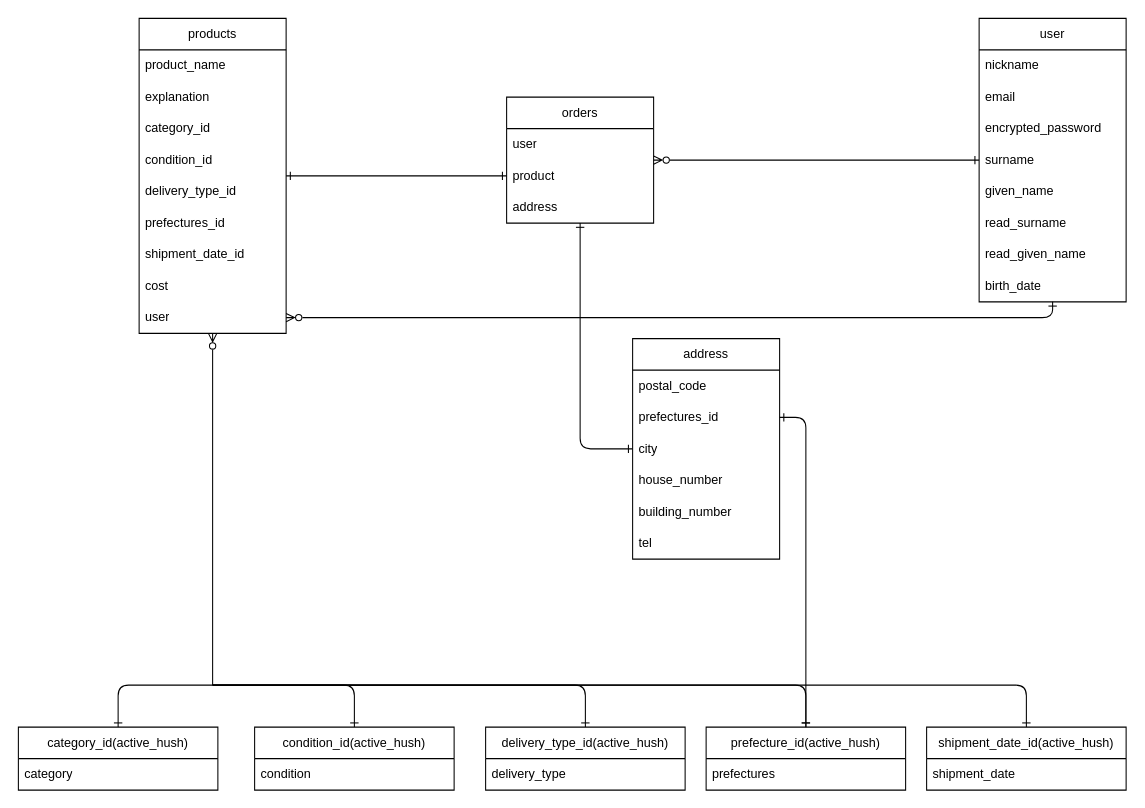
Before: furima_ER.dio in Yuya7124/furima-39057, a draw.io diagram. Source tidied: cells renumbered, new cells numbered last; positions are measured from the earlier drawing's top-left corner, leaving out a move shared by most shapes. Both pictures are drawn from the tidied source at 105%, with x=0, y=0 at pixel (18, 18).
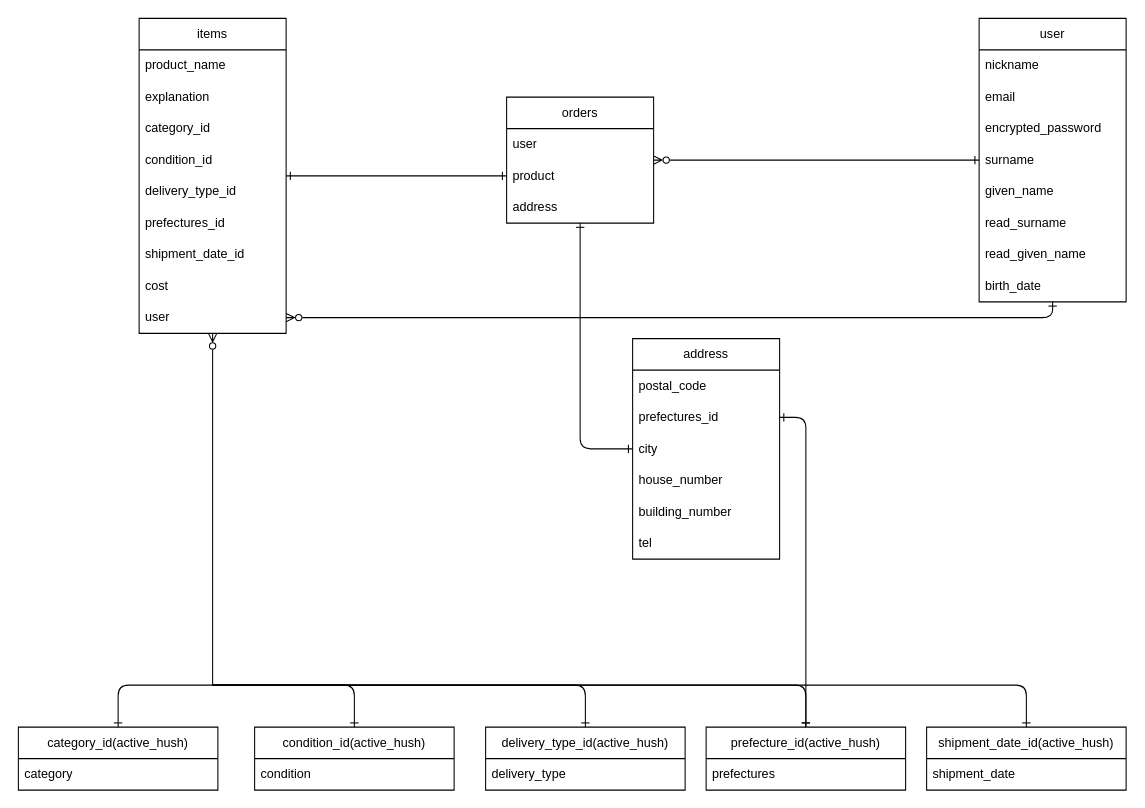
Above is the later version.

Diff of the diagram source:
```diff
@@
-    <mxCell id="11" value="products" style="swimlane;fontStyle=0;horizontal=1;startSize=30;whiteSpace=wrap;html=1;" parent="1" vertex="1">
+    <mxCell id="11" value="items" style="swimlane;fontStyle=0;horizontal=1;startSize=30;whiteSpace=wrap;html=1;" parent="1" vertex="1">
       <mxGeometry x="115" width="140" height="300" as="geometry" />
     </mxCell>
```
